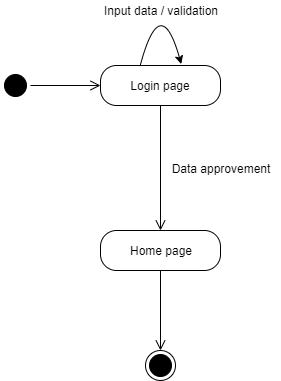
This is Diagrams/StateDiagrams/LoginStateDiagram.png from EfimSirotkin/SchoolStaffManager, a draw.io export, as it was before one commit. Source tidied: cells renumbered, new cells last; positions are measured from the earlier drawing's top-left corner, leaving out a move shared by most shapes. The source it was exported from:
```xml
<mxGraphModel background="#ffffff">
  <root>
    <mxCell id="0" />
    <mxCell id="1" parent="0" />
    <mxCell id="2" style="ellipse;html=1;shape=startState;fillColor=#000000;strokeColor=#000000;" parent="1" vertex="1">
      <mxGeometry y="80" width="30" height="30" as="geometry" />
    </mxCell>
    <mxCell id="3" style="edgeStyle=orthogonalEdgeStyle;html=1;verticalAlign=bottom;endArrow=open;endSize=8;strokeColor=#000000;fillColor=#000000;exitX=1;exitY=0.5;exitDx=0;exitDy=0;entryX=0;entryY=0.5;entryDx=0;entryDy=0;" parent="1" edge="1" source="2" target="5">
      <mxGeometry relative="1" as="geometry" />
    </mxCell>
    <mxCell id="4" style="ellipse;html=1;shape=endState;fillColor=#000000;strokeColor=#000000;" parent="1" vertex="1">
      <mxGeometry x="145" y="360" width="30" height="30" as="geometry" />
    </mxCell>
    <mxCell id="5" value="Login page" style="rounded=1;whiteSpace=wrap;html=1;arcSize=40;fontColor=#000000;fillColor=#FFFFFF;strokeColor=#000000;shadow=0;" parent="1" vertex="1">
      <mxGeometry x="100" y="75" width="120" height="40" as="geometry" />
    </mxCell>
    <mxCell id="6" style="edgeStyle=orthogonalEdgeStyle;html=1;verticalAlign=bottom;endArrow=open;endSize=8;strokeColor=#000000;fillColor=#000000;" parent="1" edge="1" source="10">
      <mxGeometry relative="1" as="geometry">
        <mxPoint x="160" y="270" as="targetPoint" />
        <Array as="points">
          <mxPoint x="160" y="250" />
        </Array>
      </mxGeometry>
    </mxCell>
    <mxCell id="7" style="endArrow=classic;html=1;strokeColor=#000000;fillColor=#000000;curved=1;entryX=0.673;entryY=-0.036;entryDx=0;entryDy=0;entryPerimeter=0;" parent="1" edge="1" target="5">
      <mxGeometry relative="1" as="geometry">
        <mxPoint x="140" y="74" as="sourcePoint" />
        <Array as="points">
          <mxPoint x="160" />
        </Array>
      </mxGeometry>
    </mxCell>
    <mxCell id="8" value="Input data / validation" style="text;html=1;strokeColor=none;fillColor=none;align=center;verticalAlign=middle;whiteSpace=wrap;rounded=0;shadow=0;" parent="1" vertex="1">
      <mxGeometry x="100" y="10" width="120" height="20" as="geometry" />
    </mxCell>
    <mxCell id="9" value="Data approvement" style="text;html=1;strokeColor=none;fillColor=none;align=center;verticalAlign=middle;whiteSpace=wrap;rounded=0;shadow=0;" parent="1" vertex="1">
      <mxGeometry x="160" y="167.5" width="120" height="20" as="geometry" />
    </mxCell>
    <mxCell id="10" value="Home page" style="rounded=1;whiteSpace=wrap;html=1;arcSize=40;fontColor=#000000;fillColor=#FFFFFF;strokeColor=#000000;shadow=0;" parent="1" vertex="1">
      <mxGeometry x="100" y="240" width="120" height="40" as="geometry" />
    </mxCell>
    <mxCell id="11" style="edgeStyle=orthogonalEdgeStyle;html=1;verticalAlign=bottom;endArrow=open;endSize=8;strokeColor=#000000;fillColor=#000000;" parent="1" edge="1" source="5" target="10">
      <mxGeometry relative="1" as="geometry" />
    </mxCell>
    <mxCell id="12" style="edgeStyle=orthogonalEdgeStyle;html=1;verticalAlign=bottom;endArrow=open;endSize=8;strokeColor=#000000;fillColor=#000000;" parent="1" edge="1">
      <mxGeometry relative="1" as="geometry">
        <mxPoint x="160" y="280" as="sourcePoint" />
        <mxPoint x="160" y="360" as="targetPoint" />
      </mxGeometry>
    </mxCell>
  </root>
</mxGraphModel>
```
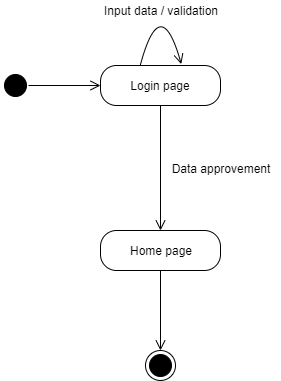
The same diagram one commit later.

Commit message:
fixed state diagrams

The edit, as a diff of the source:
```diff
@@ -5,7 +5,7 @@
     <mxCell id="2" style="ellipse;html=1;shape=startState;fillColor=#000000;strokeColor=#000000;" parent="1" vertex="1">
       <mxGeometry y="80" width="30" height="30" as="geometry" />
     </mxCell>
-    <mxCell id="3" style="edgeStyle=orthogonalEdgeStyle;html=1;verticalAlign=bottom;endArrow=open;endSize=8;strokeColor=#000000;fillColor=#000000;exitX=1;exitY=0.5;exitDx=0;exitDy=0;entryX=0;entryY=0.5;entryDx=0;entryDy=0;" parent="1" edge="1" source="2" target="5">
+    <mxCell id="3" style="edgeStyle=orthogonalEdgeStyle;html=1;verticalAlign=bottom;endArrow=open;endSize=8;strokeColor=#000000;fillColor=#000000;exitX=0.92;exitY=0.507;exitDx=0;exitDy=0;entryX=0;entryY=0.5;entryDx=0;entryDy=0;exitPerimeter=0;" parent="1" edge="1" source="2" target="5">
       <mxGeometry relative="1" as="geometry" />
     </mxCell>
     <mxCell id="4" style="ellipse;html=1;shape=endState;fillColor=#000000;strokeColor=#000000;" parent="1" vertex="1">
@@ -22,7 +22,7 @@
         </Array>
       </mxGeometry>
     </mxCell>
-    <mxCell id="7" style="endArrow=classic;html=1;strokeColor=#000000;fillColor=#000000;curved=1;entryX=0.673;entryY=-0.036;entryDx=0;entryDy=0;entryPerimeter=0;" parent="1" edge="1" target="5">
+    <mxCell id="7" style="endArrow=open;html=1;strokeColor=#000000;fillColor=#000000;curved=1;entryX=0.673;entryY=-0.036;entryDx=0;entryDy=0;entryPerimeter=0;endSize=8;endFill=0;" parent="1" edge="1" target="5">
       <mxGeometry relative="1" as="geometry">
         <mxPoint x="140" y="74" as="sourcePoint" />
         <Array as="points">
```
